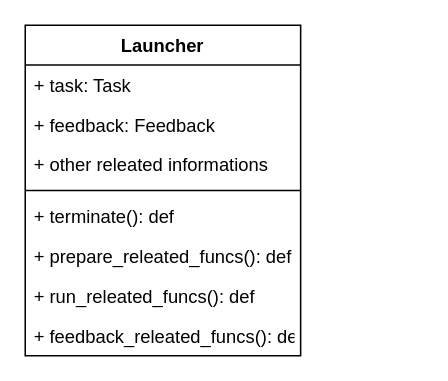
This is page "launcher" (1 of 2) of launcher.drawio from foreignbill/drawio, a draw.io file, before an edit. Source tidied: cells renumbered, new cells numbered last; positions are measured from the earlier drawing's top-left corner, leaving out a move shared by most shapes. Both pictures are drawn from the tidied source at 153%, with x=0, y=0 at pixel (24, 24).
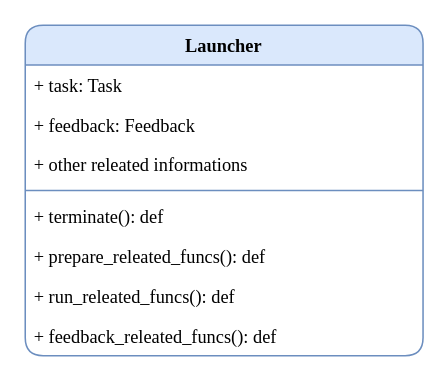
The same page after the edit.

Change to the diagram source:
```diff
@@
 <mxGraphModel>
   <root>
     <mxCell id="0" />
     <mxCell id="1" parent="0" />
-    <mxCell id="2" value="Launcher" style="swimlane;fontStyle=1;align=center;verticalAlign=top;horizontal=1;startSize=26;" parent="1" vertex="1">
-      <mxGeometry width="180" height="216" as="geometry" />
+    <mxCell id="2" value="Launcher" style="swimlane;fontStyle=1;align=center;verticalAlign=top;horizontal=1;startSize=26;rounded=1;fontFamily=Times New Roman;fillColor=#dae8fc;strokeColor=#6c8ebf;" parent="1" vertex="1">
+      <mxGeometry width="260" height="216" as="geometry" />
     </mxCell>
-    <mxCell id="3" value="+ task: Task" style="text;strokeColor=none;fillColor=none;align=left;verticalAlign=top;spacingLeft=4;spacingRight=4;overflow=hidden;" parent="2" vertex="1">
-      <mxGeometry y="26" width="180" height="26" as="geometry" />
+    <mxCell id="3" value="+ task: Task" style="text;strokeColor=none;fillColor=none;align=left;verticalAlign=top;spacingLeft=4;spacingRight=4;overflow=hidden;fontFamily=Times New Roman;" parent="2" vertex="1">
+      <mxGeometry y="26" width="260" height="26" as="geometry" />
     </mxCell>
-    <mxCell id="4" value="+ feedback: Feedback" style="text;strokeColor=none;fillColor=none;align=left;verticalAlign=top;spacingLeft=4;spacingRight=4;overflow=hidden;" parent="2" vertex="1">
-      <mxGeometry y="52" width="180" height="26" as="geometry" />
+    <mxCell id="4" value="+ feedback: Feedback" style="text;strokeColor=none;fillColor=none;align=left;verticalAlign=top;spacingLeft=4;spacingRight=4;overflow=hidden;fontFamily=Times New Roman;" parent="2" vertex="1">
+      <mxGeometry y="52" width="260" height="26" as="geometry" />
     </mxCell>
-    <mxCell id="5" value="+ other releated informations" style="text;strokeColor=none;fillColor=none;align=left;verticalAlign=top;spacingLeft=4;spacingRight=4;overflow=hidden;" parent="2" vertex="1">
-      <mxGeometry y="78" width="180" height="26" as="geometry" />
+    <mxCell id="5" value="+ other releated informations" style="text;strokeColor=none;fillColor=none;align=left;verticalAlign=top;spacingLeft=4;spacingRight=4;overflow=hidden;fontFamily=Times New Roman;" parent="2" vertex="1">
+      <mxGeometry y="78" width="260" height="26" as="geometry" />
     </mxCell>
-    <mxCell id="6" style="line;strokeWidth=1;fillColor=none;align=left;verticalAlign=middle;spacingTop=-1;spacingLeft=3;spacingRight=3;labelPosition=right;strokeColor=inherit;" parent="2" vertex="1">
-      <mxGeometry y="104" width="180" height="8" as="geometry" />
+    <mxCell id="6" style="line;strokeWidth=1;fillColor=none;align=left;verticalAlign=middle;spacingTop=-1;spacingLeft=3;spacingRight=3;labelPosition=right;strokeColor=inherit;fontFamily=Times New Roman;" parent="2" vertex="1">
+      <mxGeometry y="104" width="260" height="8" as="geometry" />
     </mxCell>
-    <mxCell id="7" value="+ terminate(): def" style="text;strokeColor=none;fillColor=none;align=left;verticalAlign=top;spacingLeft=4;spacingRight=4;overflow=hidden;" parent="2" vertex="1">
-      <mxGeometry y="112" width="180" height="26" as="geometry" />
+    <mxCell id="7" value="+ terminate(): def" style="text;strokeColor=none;fillColor=none;align=left;verticalAlign=top;spacingLeft=4;spacingRight=4;overflow=hidden;fontFamily=Times New Roman;" parent="2" vertex="1">
+      <mxGeometry y="112" width="260" height="26" as="geometry" />
     </mxCell>
-    <mxCell id="8" value="+ prepare_releated_funcs(): def" style="text;strokeColor=none;fillColor=none;align=left;verticalAlign=top;spacingLeft=4;spacingRight=4;overflow=hidden;" parent="2" vertex="1">
-      <mxGeometry y="138" width="180" height="26" as="geometry" />
+    <mxCell id="8" value="+ prepare_releated_funcs(): def" style="text;strokeColor=none;fillColor=none;align=left;verticalAlign=top;spacingLeft=4;spacingRight=4;overflow=hidden;fontFamily=Times New Roman;" parent="2" vertex="1">
+      <mxGeometry y="138" width="260" height="26" as="geometry" />
     </mxCell>
-    <mxCell id="9" value="+ run_releated_funcs(): def" style="text;strokeColor=none;fillColor=none;align=left;verticalAlign=top;spacingLeft=4;spacingRight=4;overflow=hidden;" parent="2" vertex="1">
-      <mxGeometry y="164" width="180" height="26" as="geometry" />
+    <mxCell id="9" value="+ run_releated_funcs(): def" style="text;strokeColor=none;fillColor=none;align=left;verticalAlign=top;spacingLeft=4;spacingRight=4;overflow=hidden;fontFamily=Times New Roman;" parent="2" vertex="1">
+      <mxGeometry y="164" width="260" height="26" as="geometry" />
     </mxCell>
-    <mxCell id="10" value="+ feedback_releated_funcs(): def" style="text;strokeColor=none;fillColor=none;align=left;verticalAlign=top;spacingLeft=4;spacingRight=4;overflow=hidden;" parent="2" vertex="1">
-      <mxGeometry y="190" width="180" height="26" as="geometry" />
+    <mxCell id="10" value="+ feedback_releated_funcs(): def" style="text;strokeColor=none;fillColor=none;align=left;verticalAlign=top;spacingLeft=4;spacingRight=4;overflow=hidden;fontFamily=Times New Roman;" parent="2" vertex="1">
+      <mxGeometry y="190" width="260" height="26" as="geometry" />
     </mxCell>
   </root>
 </mxGraphModel>
```
